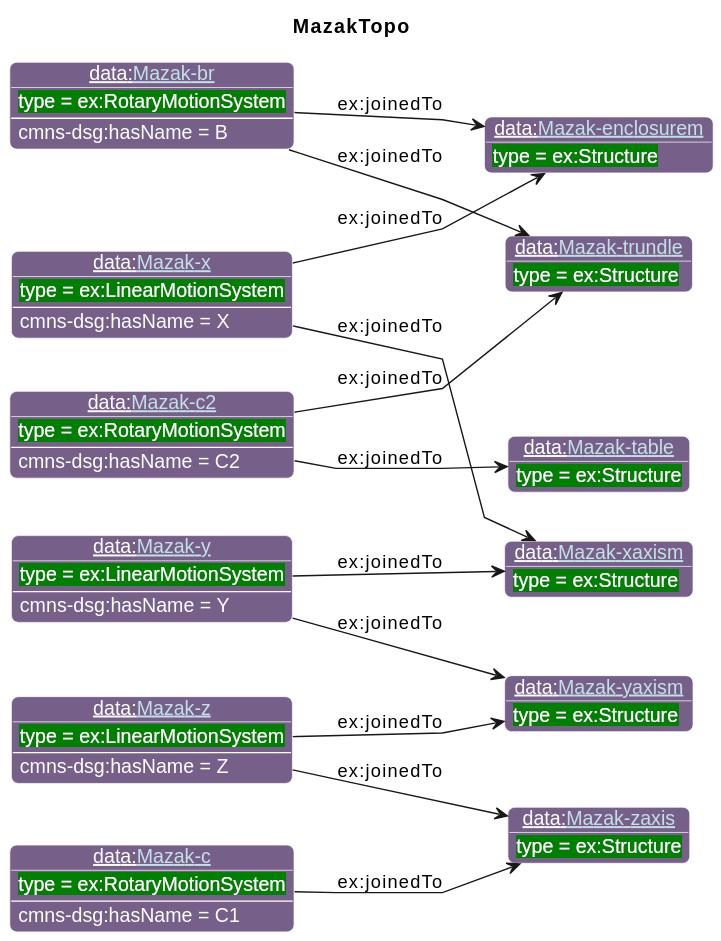
The PlantUML diagram diagrams/MazakTopo.svg in iofoundry/example-syseng-mtconnect, before a commit.
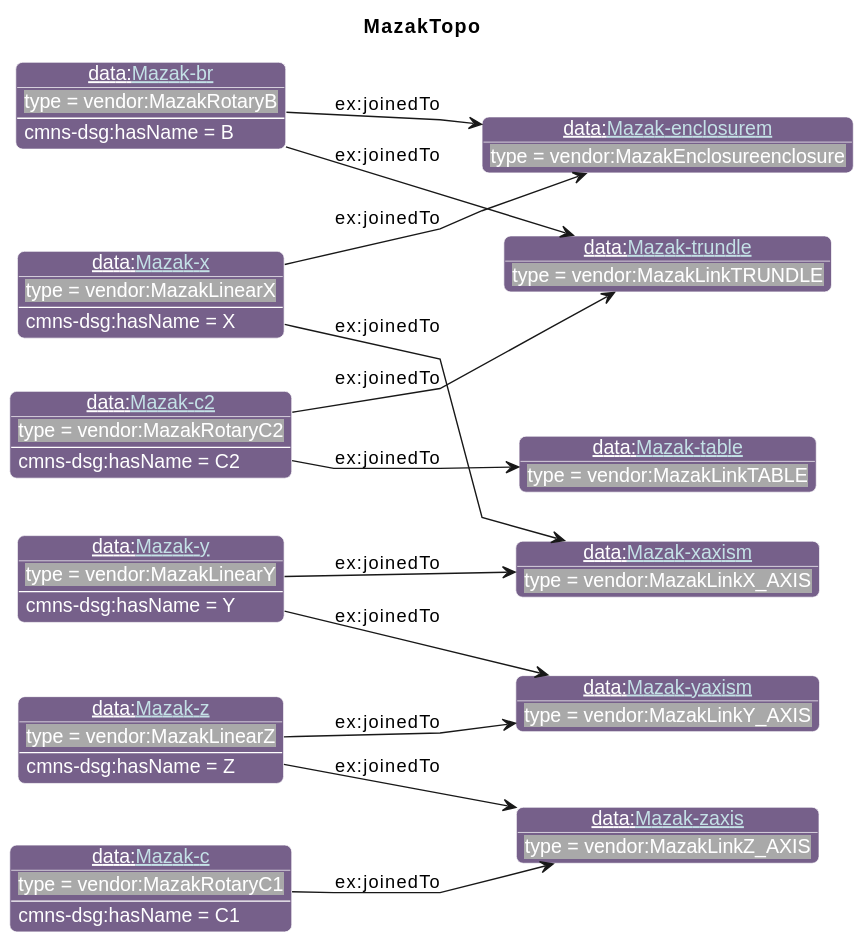
The same diagram one commit later.

Diff of the diagram source:
```diff
@@ -19,18 +19,18 @@
                       "ns1":"76608A",
 "ex":"Green","data":"76608A","core":"000000","units":"8A2D3B","qp":"641B2E","cmns-dsg":"3A0519"
 }
-individual(o1, data:[[./Mazak-x.html Mazak-x]], ex:LinearMotionSystem)
-individual(o2, data:[[./Mazak-enclosurem.html Mazak-enclosurem]], ex:Structure)
-individual(o3, data:[[./Mazak-xaxism.html Mazak-xaxism]], ex:Structure)
-individual(o4, data:[[./Mazak-y.html Mazak-y]], ex:LinearMotionSystem)
-individual(o5, data:[[./Mazak-yaxism.html Mazak-yaxism]], ex:Structure)
-individual(o6, data:[[./Mazak-z.html Mazak-z]], ex:LinearMotionSystem)
-individual(o7, data:[[./Mazak-zaxis.html Mazak-zaxis]], ex:Structure)
-individual(o8, data:[[./Mazak-c.html Mazak-c]], ex:RotaryMotionSystem)
-individual(o9, data:[[./Mazak-br.html Mazak-br]], ex:RotaryMotionSystem)
-individual(o10, data:[[./Mazak-trundle.html Mazak-trundle]], ex:Structure)
-individual(o11, data:[[./Mazak-c2.html Mazak-c2]], ex:RotaryMotionSystem)
-individual(o12, data:[[./Mazak-table.html Mazak-table]], ex:Structure)
+individual(o1, data:[[./Mazak-x.html Mazak-x]], vendor:MazakLinearX)
+individual(o2, data:[[./Mazak-enclosurem.html Mazak-enclosurem]], vendor:MazakEnclosureenclosure)
+individual(o3, data:[[./Mazak-xaxism.html Mazak-xaxism]], vendor:MazakLinkX_AXIS)
+individual(o4, data:[[./Mazak-y.html Mazak-y]], vendor:MazakLinearY)
+individual(o5, data:[[./Mazak-yaxism.html Mazak-yaxism]], vendor:MazakLinkY_AXIS)
+individual(o6, data:[[./Mazak-z.html Mazak-z]], vendor:MazakLinearZ)
+individual(o7, data:[[./Mazak-zaxis.html Mazak-zaxis]], vendor:MazakLinkZ_AXIS)
+individual(o8, data:[[./Mazak-c.html Mazak-c]], vendor:MazakRotaryC1)
+individual(o9, data:[[./Mazak-br.html Mazak-br]], vendor:MazakRotaryB)
+individual(o10, data:[[./Mazak-trundle.html Mazak-trundle]], vendor:MazakLinkTRUNDLE)
+individual(o11, data:[[./Mazak-c2.html Mazak-c2]], vendor:MazakRotaryC2)
+individual(o12, data:[[./Mazak-table.html Mazak-table]], vendor:MazakLinkTABLE)
 property(o1, ex:joinedTo, o2)
 data(o1, cmns-dsg:hasName, X)
 property(o1, ex:joinedTo, o3)
```
